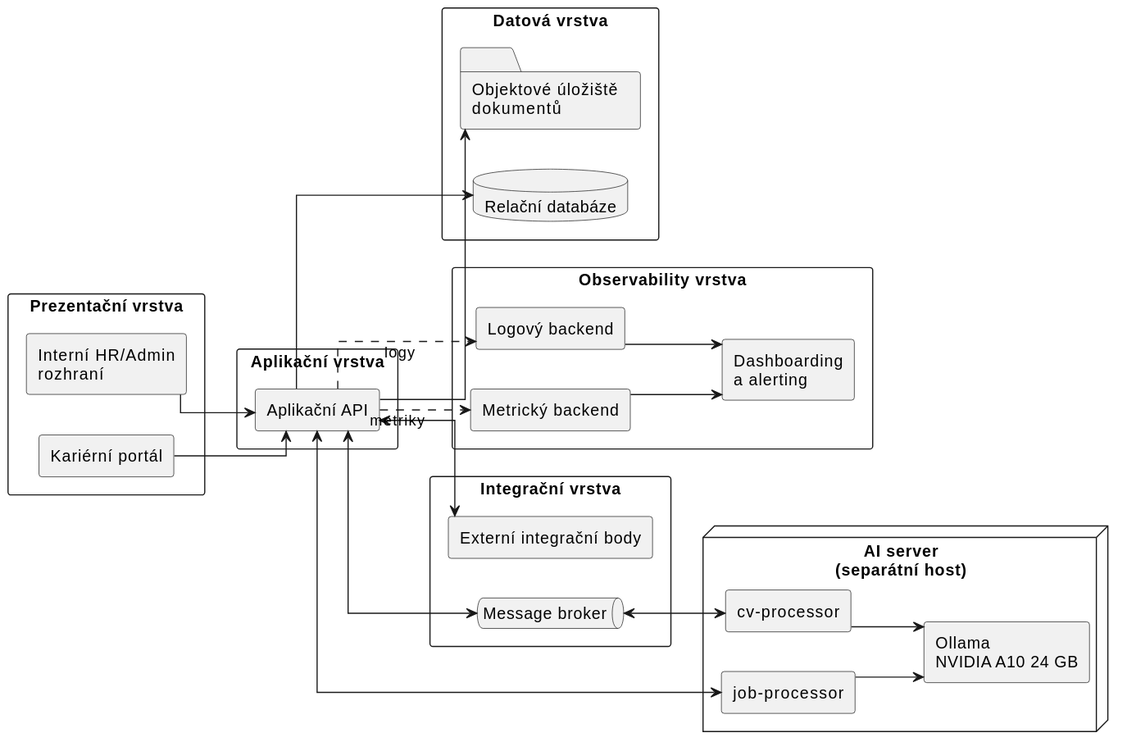
The PlantUML diagram procesy/architecture/c4-l2-containers.svg in pavelvachaaa/diploma-thesis, before a commit. Source of this version:
```plantuml
@startuml
left to right direction
skinparam linetype ortho
skinparam packageStyle rectangle
skinparam shadowing false

package "Prezentační vrstva" {
  rectangle "Kariérní portál" as FE1
  rectangle "Interní HR/Admin\nrozhraní" as FE2
}

package "Aplikační vrstva" {
  rectangle "Aplikační API" as API
}

package "Datová vrstva" {
  database "Relační databáze" as DB
  folder "Objektové úložiště\ndokumentů" as OBJ
}

package "Integrační vrstva" {
  queue "Message broker" as MQ
  rectangle "Externí integrační body" as EXT
}

node "AI server\n(separátní host)" as AINode {
  rectangle "cv-processor" as CVP
  rectangle "job-processor" as JOBP
  rectangle "Ollama\nNVIDIA A10 24 GB" as OLLAMA
}

package "Observability vrstva" {
  rectangle "Metrický backend" as PM
  rectangle "Logový backend" as LOG
  rectangle "Dashboarding\na alerting" as GF
}

FE1 --> API
FE2 --> API
API --> DB
API --> OBJ
API <--> MQ
MQ <--> CVP
API <--> EXT
API <--> JOBP
CVP --> OLLAMA
JOBP --> OLLAMA

API ..> PM : metriky
API ..> LOG : logy
PM --> GF
LOG --> GF
@enduml
```
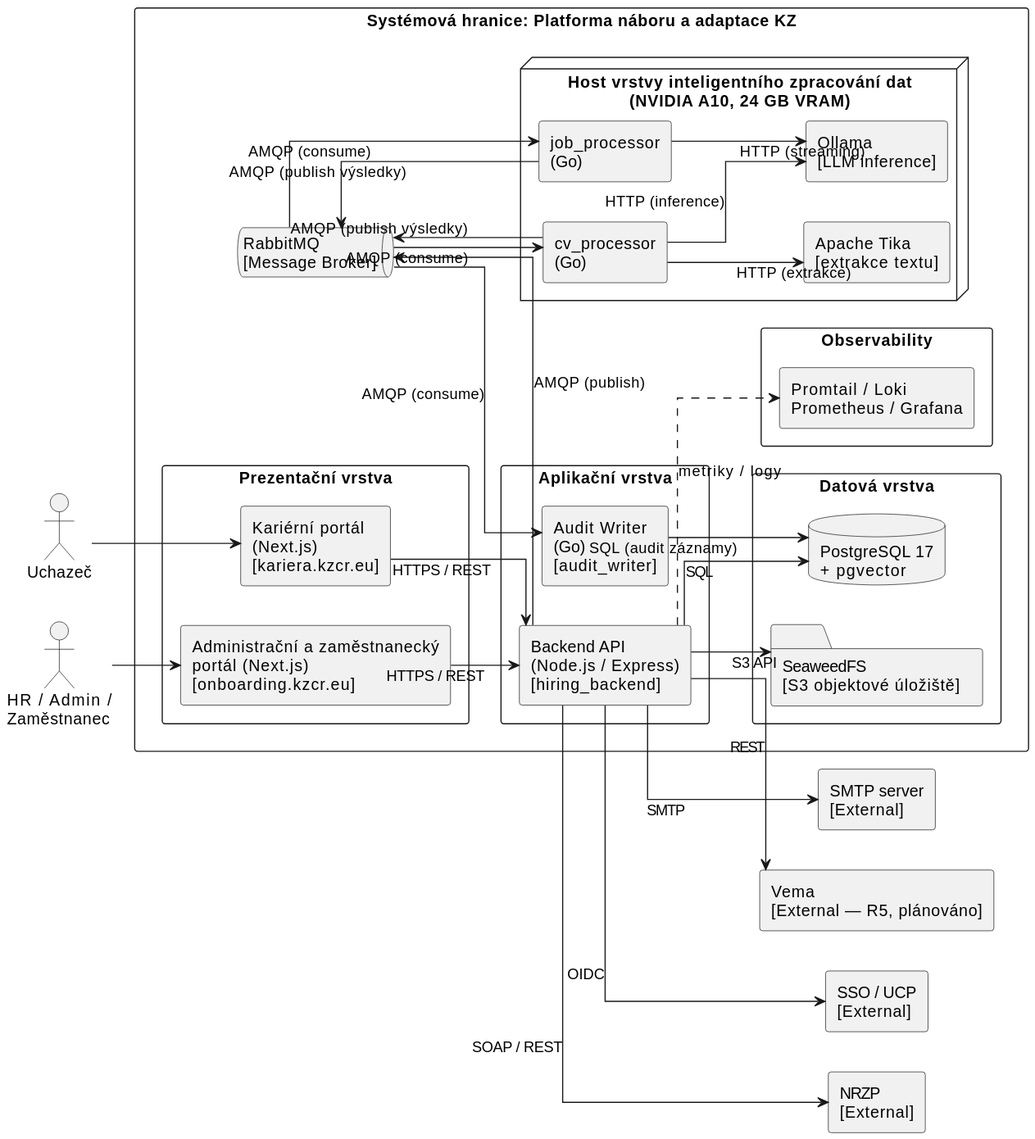
Above is the later version.

What changed in the source:
```diff
@@ -4,50 +4,71 @@
 skinparam packageStyle rectangle
 skinparam shadowing false
 
-package "Prezentační vrstva" {
-  rectangle "Kariérní portál" as FE1
-  rectangle "Interní HR/Admin\nrozhraní" as FE2
+actor "Uchazeč" as Candidate
+actor "HR / Admin /\nZaměstnanec" as Internal
+
+rectangle "Systémová hranice: Platforma náboru a adaptace KZ" {
+
+  package "Prezentační vrstva" {
+    rectangle "Kariérní portál\n(Next.js)\n[kariera.kzcr.eu]" as FE_Career
+    rectangle "Administrační a zaměstnanecký\nportál (Next.js)\n[onboarding.kzcr.eu]" as FE_Admin
+  }
+
+  package "Aplikační vrstva" {
+    rectangle "Backend API\n(Node.js / Express)\n[hiring_backend]" as API
+    rectangle "Audit Writer\n(Go)\n[audit_writer]" as AUDIT
+  }
+
+  package "Datová vrstva" {
+    database "PostgreSQL 17\n+ pgvector" as DB
+    folder "SeaweedFS\n[S3 objektové úložiště]" as OBJ
+  }
+
+  queue "RabbitMQ\n[Message Broker]" as MQ
+
+  node "Host vrstvy inteligentního zpracování dat\n(NVIDIA A10, 24 GB VRAM)" as AINode {
+    rectangle "Apache Tika\n[extrakce textu]" as TIKA
+    rectangle "cv_processor\n(Go)" as CVP
+    rectangle "job_processor\n(Go)" as JOBP
+    rectangle "Ollama\n[LLM inference]" as OLLAMA
+  }
+
+  package "Observability" {
+    rectangle "Promtail / Loki\nPrometheus / Grafana" as OBS
+  }
 }
 
-package "Aplikační vrstva" {
-  rectangle "Aplikační API" as API
-}
+rectangle "SSO / UCP\n[External]" as SSO
+rectangle "NRZP\n[External]" as NRZP
+rectangle "SMTP server\n[External]" as SMTP
+rectangle "Vema\n[External — R5, plánováno]" as VEMA
 
-package "Datová vrstva" {
-  database "Relační databáze" as DB
-  folder "Objektové úložiště\ndokumentů" as OBJ
-}
+Candidate --> FE_Career
+Internal --> FE_Admin
 
-package "Integrační vrstva" {
-  queue "Message broker" as MQ
-  rectangle "Externí integrační body" as EXT
-}
+FE_Career --> API : HTTPS / REST
+FE_Admin --> API : HTTPS / REST
 
-node "AI server\n(separátní host)" as AINode {
-  rectangle "cv-processor" as CVP
-  rectangle "job-processor" as JOBP
-  rectangle "Ollama\nNVIDIA A10 24 GB" as OLLAMA
-}
+API --> DB : SQL
+API --> OBJ : S3 API
+API --> MQ : AMQP (publish)
 
-package "Observability vrstva" {
-  rectangle "Metrický backend" as PM
-  rectangle "Logový backend" as LOG
-  rectangle "Dashboarding\na alerting" as GF
-}
+MQ --> CVP : AMQP (consume)
+MQ --> JOBP : AMQP (consume)
+MQ --> AUDIT : AMQP (consume)
 
-FE1 --> API
-FE2 --> API
-API --> DB
-API --> OBJ
-API <--> MQ
-MQ <--> CVP
-API <--> EXT
-API <--> JOBP
-CVP --> OLLAMA
-JOBP --> OLLAMA
+CVP --> TIKA : HTTP (extrakce)
+CVP --> OLLAMA : HTTP (inference)
+JOBP --> OLLAMA : HTTP (streaming)
 
-API ..> PM : metriky
-API ..> LOG : logy
-PM --> GF
-LOG --> GF
+CVP --> MQ : AMQP (publish výsledky)
+JOBP --> MQ : AMQP (publish výsledky)
+AUDIT --> DB : SQL (audit záznamy)
+
+API --> SSO : OIDC
+API --> NRZP : SOAP / REST
+API --> SMTP : SMTP
+API --> VEMA : REST
+
+API ..> OBS : metriky / logy
 @enduml
```
